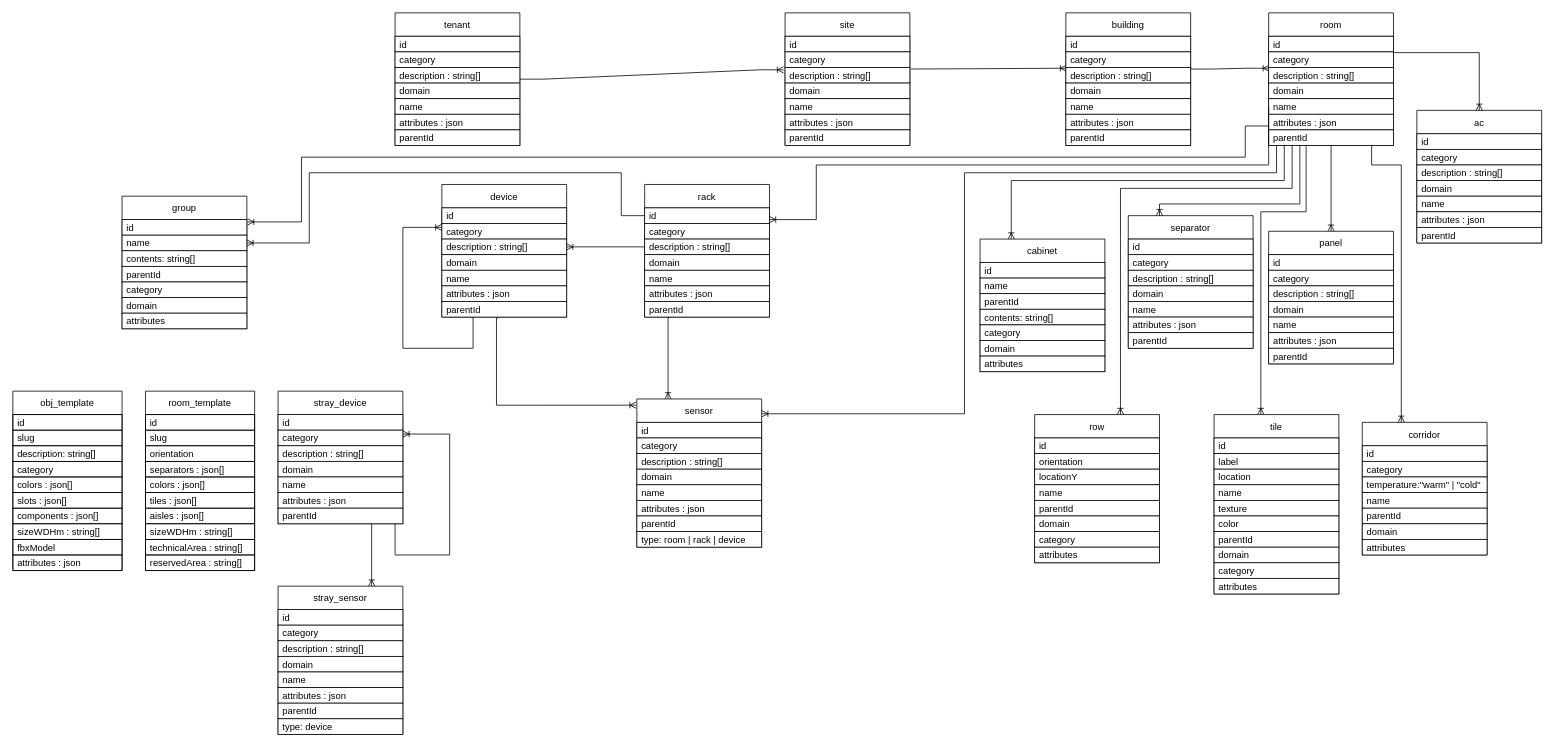
This is resources/diagrams/DB.drawio from ditrit/OGrEE-Core, a draw.io file, before an edit. Source tidied: cells renumbered, new cells numbered last; positions are measured from the earlier drawing's top-left corner, leaving out a move shared by most shapes. Both pictures are drawn from the tidied source at 78%, with x=0, y=0 at pixel (12, 12).
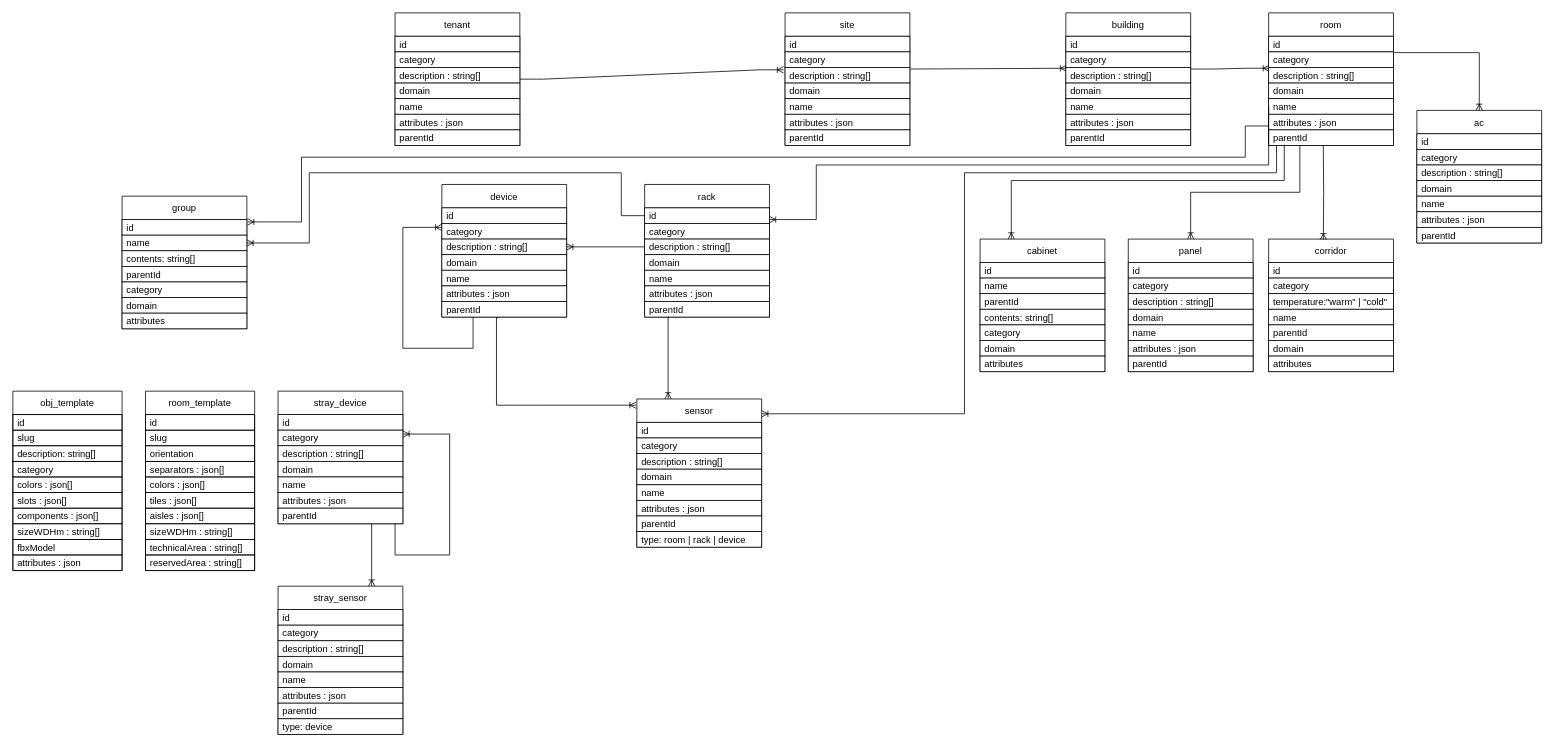
Above is the later version.

The change refers to these unchanged cells:
```xml
<mxCell id="40" value="room" style="swimlane;fontStyle=0;horizontal=1;startSize=30;fillColor=default;strokeColor=default;fontColor=default;" parent="1" vertex="1">
  <mxGeometry x="1610" width="160" height="170" as="geometry" />
</mxCell>
<mxCell id="50" value="parentId" style="text;strokeColor=default;fillColor=default;align=left;verticalAlign=middle;spacingLeft=4;spacingRight=4;overflow=hidden;points=[[0,0.5],[1,0.5]];portConstraint=eastwest;fontColor=default;" parent="40" vertex="1">
  <mxGeometry y="150" width="160" height="20" as="geometry" />
</mxCell>
```

Diff of the diagram source:
```diff
@@
-    <mxCell id="101" value="separator" style="swimlane;fontStyle=0;horizontal=1;startSize=30;fillColor=default;strokeColor=default;fontColor=default;" parent="1" vertex="1">
-      <mxGeometry x="1430" y="260" width="160" height="170" as="geometry" />
-    </mxCell>
-    <mxCell id="102" value="id" style="text;strokeColor=default;fillColor=default;align=left;verticalAlign=middle;spacingLeft=4;spacingRight=4;overflow=hidden;fontColor=default;" parent="101" vertex="1">
-      <mxGeometry y="30" width="160" height="20" as="geometry" />
-    </mxCell>
-    <mxCell id="103" value="category" style="text;strokeColor=default;fillColor=default;align=left;verticalAlign=middle;spacingLeft=4;spacingRight=4;overflow=hidden;fontColor=default;" parent="101" vertex="1">
-      <mxGeometry y="50" width="160" height="20" as="geometry" />
-    </mxCell>
-    <mxCell id="104" value="description : string[]" style="text;strokeColor=default;fillColor=default;align=left;verticalAlign=middle;spacingLeft=4;spacingRight=4;overflow=hidden;fontColor=default;" parent="101" vertex="1">
-      <mxGeometry y="70" width="160" height="20" as="geometry" />
-    </mxCell>
-    <mxCell id="105" value="domain" style="text;strokeColor=default;fillColor=default;align=left;verticalAlign=middle;spacingLeft=4;spacingRight=4;overflow=hidden;fontColor=default;" parent="101" vertex="1">
-      <mxGeometry y="90" width="160" height="20" as="geometry" />
-    </mxCell>
-    <mxCell id="106" value="name" style="text;strokeColor=default;fillColor=default;align=left;verticalAlign=middle;spacingLeft=4;spacingRight=4;overflow=hidden;fontColor=default;" parent="101" vertex="1">
-      <mxGeometry y="110" width="160" height="20" as="geometry" />
-    </mxCell>
-    <mxCell id="107" value="attributes : json" style="text;strokeColor=default;fillColor=default;align=left;verticalAlign=middle;spacingLeft=4;spacingRight=4;overflow=hidden;fontColor=default;" parent="101" vertex="1">
-      <mxGeometry y="130" width="160" height="20" as="geometry" />
-    </mxCell>
-    <mxCell id="108" style="text;strokeColor=default;fillColor=default;align=left;verticalAlign=middle;spacingLeft=4;spacingRight=4;overflow=hidden;fontColor=default;" parent="101" vertex="1">
-      <mxGeometry y="150" width="160" as="geometry" />
-    </mxCell>
-    <mxCell id="109" value="parentId" style="text;strokeColor=default;fillColor=default;align=left;verticalAlign=middle;spacingLeft=4;spacingRight=4;overflow=hidden;fontColor=default;" parent="101" vertex="1">
-      <mxGeometry y="150" width="160" height="20" as="geometry" />
-    </mxCell>
     <mxCell id="110" value="corridor" style="swimlane;fontStyle=0;horizontal=1;startSize=30;fillColor=default;strokeColor=default;fontColor=default;" parent="1" vertex="1">
-      <mxGeometry x="1730" y="525" width="160" height="170" as="geometry" />
+      <mxGeometry x="1610" y="290" width="160" height="170" as="geometry" />
     </mxCell>
@@
-    <mxCell id="130" value="row" style="swimlane;fontStyle=0;horizontal=1;startSize=30;fillColor=default;strokeColor=default;fontColor=default;" parent="1" vertex="1">
-      <mxGeometry x="1310" y="515" width="160" height="190" as="geometry" />
-    </mxCell>
-    <mxCell id="131" value="id" style="text;strokeColor=default;fillColor=default;align=left;verticalAlign=middle;spacingLeft=4;spacingRight=4;overflow=hidden;fontColor=default;" parent="130" vertex="1">
-      <mxGeometry y="30" width="160" height="20" as="geometry" />
-    </mxCell>
-    <mxCell id="132" value="orientation" style="text;strokeColor=default;fillColor=default;align=left;verticalAlign=middle;spacingLeft=4;spacingRight=4;overflow=hidden;fontColor=default;" parent="130" vertex="1">
-      <mxGeometry y="50" width="160" height="20" as="geometry" />
-    </mxCell>
-    <mxCell id="133" value="locationY" style="text;strokeColor=default;fillColor=default;align=left;verticalAlign=middle;spacingLeft=4;spacingRight=4;overflow=hidden;fontColor=default;" parent="130" vertex="1">
-      <mxGeometry y="70" width="160" height="20" as="geometry" />
-    </mxCell>
-    <mxCell id="134" value="name" style="text;strokeColor=default;fillColor=default;align=left;verticalAlign=middle;spacingLeft=4;spacingRight=4;overflow=hidden;fontColor=default;" parent="130" vertex="1">
-      <mxGeometry y="90" width="160" height="20" as="geometry" />
-    </mxCell>
-    <mxCell id="135" value="parentId" style="text;strokeColor=default;fillColor=default;align=left;verticalAlign=middle;spacingLeft=4;spacingRight=4;overflow=hidden;fontColor=default;" parent="130" vertex="1">
-      <mxGeometry y="110" width="160" height="20" as="geometry" />
-    </mxCell>
-    <mxCell id="136" style="text;strokeColor=default;fillColor=default;align=left;verticalAlign=middle;spacingLeft=4;spacingRight=4;overflow=hidden;fontColor=default;" parent="130" vertex="1">
-      <mxGeometry y="130" width="160" as="geometry" />
-    </mxCell>
-    <mxCell id="137" style="text;strokeColor=default;fillColor=default;align=left;verticalAlign=middle;spacingLeft=4;spacingRight=4;overflow=hidden;fontColor=default;" parent="130" vertex="1">
-      <mxGeometry y="130" width="160" as="geometry" />
-    </mxCell>
-    <mxCell id="138" value="domain" style="text;strokeColor=default;fillColor=default;align=left;verticalAlign=middle;spacingLeft=4;spacingRight=4;overflow=hidden;fontColor=default;" parent="130" vertex="1">
-      <mxGeometry y="130" width="160" height="20" as="geometry" />
-    </mxCell>
-    <mxCell id="139" value="category" style="text;strokeColor=default;fillColor=default;align=left;verticalAlign=middle;spacingLeft=4;spacingRight=4;overflow=hidden;fontColor=default;" parent="130" vertex="1">
-      <mxGeometry y="150" width="160" height="20" as="geometry" />
-    </mxCell>
-    <mxCell id="140" value="attributes" style="text;strokeColor=default;fillColor=default;align=left;verticalAlign=middle;spacingLeft=4;spacingRight=4;overflow=hidden;fontColor=default;" parent="130" vertex="1">
-      <mxGeometry y="170" width="160" height="20" as="geometry" />
-    </mxCell>
@@
-    <mxCell id="151" value="tile" style="swimlane;fontStyle=0;horizontal=1;startSize=30;fillColor=default;strokeColor=default;fontColor=default;" parent="1" vertex="1">
-      <mxGeometry x="1540" y="515" width="160" height="230" as="geometry" />
-    </mxCell>
-    <mxCell id="152" value="id" style="text;strokeColor=default;fillColor=default;align=left;verticalAlign=middle;spacingLeft=4;spacingRight=4;overflow=hidden;fontColor=default;" parent="151" vertex="1">
-      <mxGeometry y="30" width="160" height="20" as="geometry" />
-    </mxCell>
-    <mxCell id="153" value="label" style="text;strokeColor=default;fillColor=default;align=left;verticalAlign=middle;spacingLeft=4;spacingRight=4;overflow=hidden;fontColor=default;" parent="151" vertex="1">
-      <mxGeometry y="50" width="160" height="20" as="geometry" />
-    </mxCell>
-    <mxCell id="154" value="location" style="text;strokeColor=default;fillColor=default;align=left;verticalAlign=middle;spacingLeft=4;spacingRight=4;overflow=hidden;fontColor=default;" parent="151" vertex="1">
-      <mxGeometry y="70" width="160" height="20" as="geometry" />
-    </mxCell>
-    <mxCell id="155" value="name" style="text;strokeColor=default;fillColor=default;align=left;verticalAlign=middle;spacingLeft=4;spacingRight=4;overflow=hidden;fontColor=default;" parent="151" vertex="1">
-      <mxGeometry y="90" width="160" height="20" as="geometry" />
-    </mxCell>
-    <mxCell id="156" style="text;strokeColor=default;fillColor=default;align=left;verticalAlign=middle;spacingLeft=4;spacingRight=4;overflow=hidden;fontColor=default;" parent="151" vertex="1">
-      <mxGeometry y="110" width="160" as="geometry" />
-    </mxCell>
-    <mxCell id="157" style="text;strokeColor=default;fillColor=default;align=left;verticalAlign=middle;spacingLeft=4;spacingRight=4;overflow=hidden;fontColor=default;" parent="151" vertex="1">
-      <mxGeometry y="110" width="160" as="geometry" />
-    </mxCell>
-    <mxCell id="158" value="texture" style="text;strokeColor=default;fillColor=default;align=left;verticalAlign=middle;spacingLeft=4;spacingRight=4;overflow=hidden;fontColor=default;" parent="151" vertex="1">
-      <mxGeometry y="110" width="160" height="20" as="geometry" />
-    </mxCell>
-    <mxCell id="159" value="color" style="text;strokeColor=default;fillColor=default;align=left;verticalAlign=middle;spacingLeft=4;spacingRight=4;overflow=hidden;fontColor=default;" parent="151" vertex="1">
-      <mxGeometry y="130" width="160" height="20" as="geometry" />
-    </mxCell>
-    <mxCell id="160" value="parentId" style="text;strokeColor=default;fillColor=default;align=left;verticalAlign=middle;spacingLeft=4;spacingRight=4;overflow=hidden;fontColor=default;" parent="151" vertex="1">
-      <mxGeometry y="150" width="160" height="20" as="geometry" />
-    </mxCell>
-    <mxCell id="161" value="domain" style="text;strokeColor=default;fillColor=default;align=left;verticalAlign=middle;spacingLeft=4;spacingRight=4;overflow=hidden;fontColor=default;" parent="151" vertex="1">
-      <mxGeometry y="170" width="160" height="20" as="geometry" />
-    </mxCell>
-    <mxCell id="162" value="category" style="text;strokeColor=default;fillColor=default;align=left;verticalAlign=middle;spacingLeft=4;spacingRight=4;overflow=hidden;fontColor=default;" parent="151" vertex="1">
-      <mxGeometry y="190" width="160" height="20" as="geometry" />
-    </mxCell>
-    <mxCell id="163" value="attributes" style="text;strokeColor=default;fillColor=default;align=left;verticalAlign=middle;spacingLeft=4;spacingRight=4;overflow=hidden;fontColor=default;" parent="151" vertex="1">
-      <mxGeometry y="210" width="160" height="20" as="geometry" />
-    </mxCell>
     <mxCell id="164" value="panel" style="swimlane;fontStyle=0;horizontal=1;startSize=30;fillColor=default;strokeColor=default;fontColor=default;" parent="1" vertex="1">
-      <mxGeometry x="1610" y="280" width="160" height="170" as="geometry" />
+      <mxGeometry x="1430" y="290" width="160" height="170" as="geometry" />
     </mxCell>
@@
-    <mxCell id="173" style="endArrow=ERoneToMany;html=1;rounded=0;labelBackgroundColor=default;fontColor=default;strokeColor=default;edgeStyle=orthogonalEdgeStyle;endFill=0;exitX=0.188;exitY=0.95;exitDx=0;exitDy=0;exitPerimeter=0;" parent="1" edge="1" source="50">
-      <mxGeometry relative="1" as="geometry">
-        <mxPoint x="1420" y="515" as="targetPoint" />
-        <Array as="points">
-          <mxPoint x="1640" y="225" />
-          <mxPoint x="1420" y="225" />
-        </Array>
-      </mxGeometry>
-    </mxCell>
@@
-    <mxCell id="175" style="endArrow=ERoneToMany;html=1;rounded=0;labelBackgroundColor=default;fontColor=default;strokeColor=default;edgeStyle=orthogonalEdgeStyle;endFill=0;entryX=0.5;entryY=0;entryDx=0;entryDy=0;exitX=0.5;exitY=1;exitDx=0;exitDy=0;" parent="1" edge="1" source="40" target="164">
-      <mxGeometry relative="1" as="geometry" />
+    <mxCell id="175" style="endArrow=ERoneToMany;html=1;rounded=0;labelBackgroundColor=default;fontColor=default;strokeColor=default;edgeStyle=orthogonalEdgeStyle;endFill=0;entryX=0.5;entryY=0;entryDx=0;entryDy=0;exitX=0.263;exitY=1;exitDx=0;exitDy=0;exitPerimeter=0;" parent="1" edge="1" source="50" target="164">
+      <mxGeometry relative="1" as="geometry">
+        <Array as="points">
+          <mxPoint x="1650" y="170" />
+          <mxPoint x="1650" y="230" />
+          <mxPoint x="1510" y="230" />
+        </Array>
+      </mxGeometry>
     </mxCell>
-    <mxCell id="176" style="endArrow=ERoneToMany;html=1;rounded=0;labelBackgroundColor=default;fontColor=default;strokeColor=default;edgeStyle=orthogonalEdgeStyle;endFill=0;exitX=0.25;exitY=1;exitDx=0;exitDy=0;entryX=0.25;entryY=0;entryDx=0;entryDy=0;" parent="1" edge="1" source="40" target="101">
-      <mxGeometry relative="1" as="geometry">
-        <Array as="points">
-          <mxPoint x="1650" y="245" />
-          <mxPoint x="1470" y="245" />
-        </Array>
-      </mxGeometry>
-    </mxCell>
-    <mxCell id="177" style="endArrow=ERoneToMany;html=1;rounded=0;labelBackgroundColor=default;fontColor=default;strokeColor=default;edgeStyle=orthogonalEdgeStyle;endFill=0;exitX=0.3;exitY=1.05;exitDx=0;exitDy=0;exitPerimeter=0;" parent="1" edge="1" source="50">
-      <mxGeometry relative="1" as="geometry">
-        <mxPoint x="1600" y="515" as="targetPoint" />
-        <Array as="points">
-          <mxPoint x="1658" y="255" />
-          <mxPoint x="1600" y="255" />
-        </Array>
-      </mxGeometry>
-    </mxCell>
-    <mxCell id="178" style="endArrow=ERoneToMany;html=1;rounded=0;labelBackgroundColor=default;fontColor=default;strokeColor=default;edgeStyle=orthogonalEdgeStyle;endFill=0;exitX=0.825;exitY=0.95;exitDx=0;exitDy=0;exitPerimeter=0;" parent="1" edge="1" source="50">
+    <mxCell id="178" style="endArrow=ERoneToMany;html=1;rounded=0;labelBackgroundColor=default;fontColor=default;strokeColor=default;edgeStyle=orthogonalEdgeStyle;endFill=0;entryX=0.438;entryY=0.006;entryDx=0;entryDy=0;entryPerimeter=0;" parent="1" edge="1" target="110">
       <mxGeometry relative="1" as="geometry">
-        <mxPoint x="1780" y="525" as="targetPoint" />
-        <Array as="points">
-          <mxPoint x="1742" y="195" />
-          <mxPoint x="1780" y="195" />
-        </Array>
+        <mxPoint x="1680" y="170" as="sourcePoint" />
       </mxGeometry>
     </mxCell>
```
